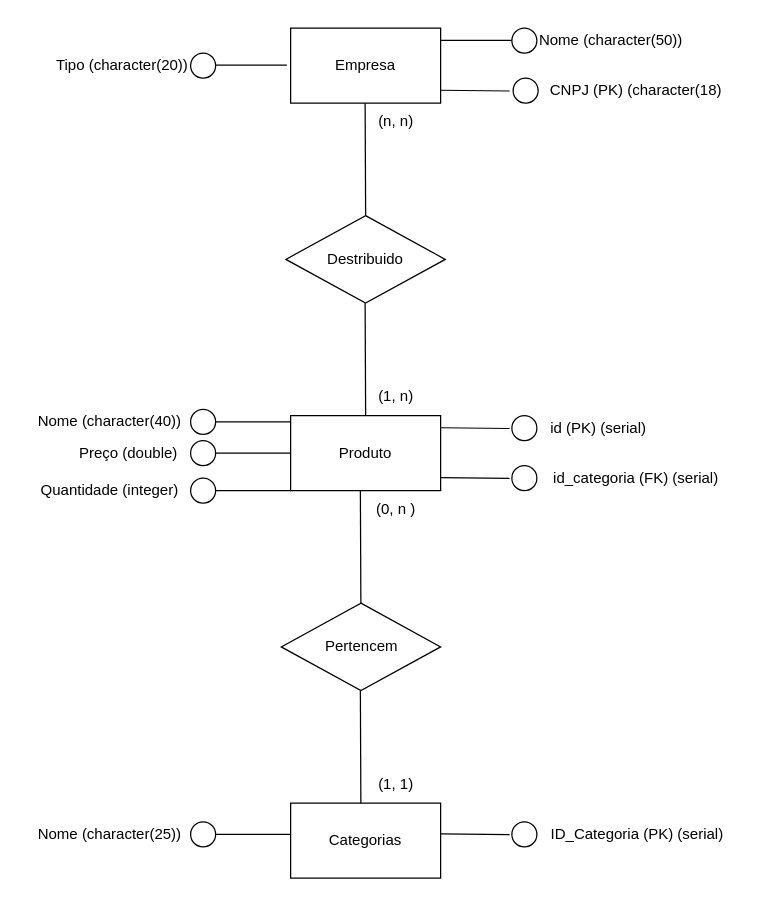
Earlier version of the draw.io diagram adega_der.drawio (BlueishCupcake/estacio-banco-de-dados). Source tidied: cells renumbered, new cells numbered last; positions are measured from the earlier drawing's top-left corner, leaving out a move shared by most shapes. Both pictures are drawn from the tidied source at 125%, with x=0, y=0 at pixel (21, 21).
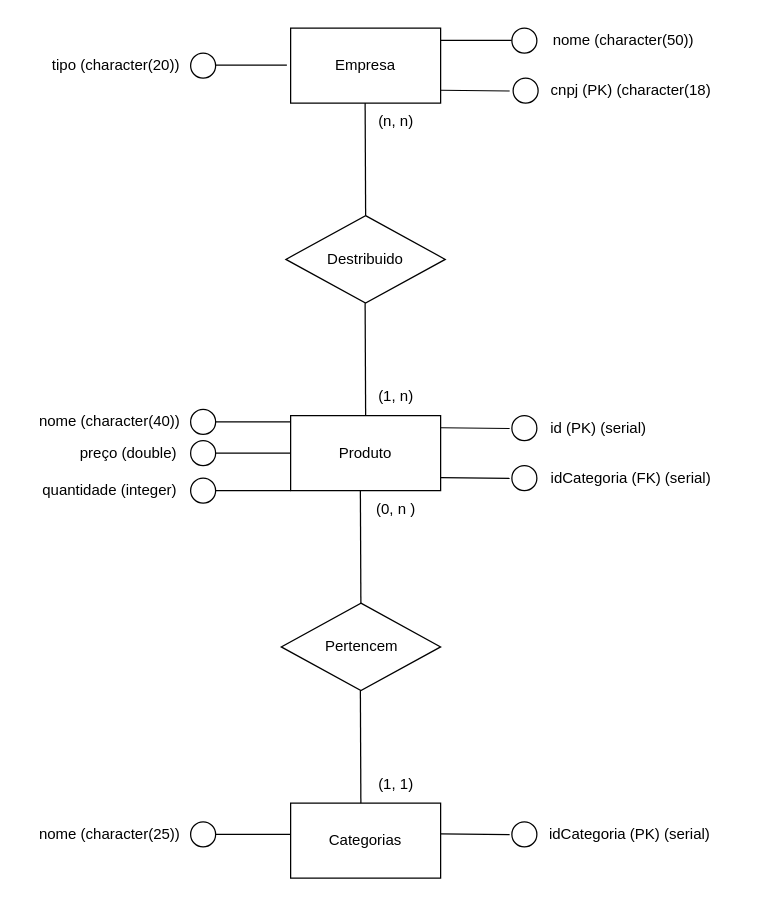
After the change.

The edit, as a diff of the source:
```diff
@@
-    <mxCell id="5" value="Nome (character(50))" style="text;html=1;align=center;verticalAlign=middle;strokeColor=none;fillColor=none;" parent="1" vertex="1">
-      <mxGeometry x="400.8" width="140" height="30" as="geometry" />
+    <mxCell id="5" value="nome (character(50))" style="text;html=1;align=center;verticalAlign=middle;strokeColor=none;fillColor=none;" parent="1" vertex="1">
+      <mxGeometry x="410.8" width="140" height="30" as="geometry" />
     </mxCell>
@@
-    <mxCell id="7" value="CNPJ (PK) (character(18)" style="text;html=1;align=center;verticalAlign=middle;strokeColor=none;fillColor=none;" parent="1" vertex="1">
-      <mxGeometry x="410.8" y="40" width="160" height="30" as="geometry" />
+    <mxCell id="7" value="cnpj (PK) (character(18)" style="text;html=1;align=center;verticalAlign=middle;strokeColor=none;fillColor=none;" parent="1" vertex="1">
+      <mxGeometry x="412" y="40" width="150" height="30" as="geometry" />
     </mxCell>
@@
-    <mxCell id="11" value="Tipo (character(20))" style="text;html=1;align=center;verticalAlign=middle;strokeColor=none;fillColor=none;" parent="1" vertex="1">
-      <mxGeometry x="15" y="20" width="130" height="30" as="geometry" />
+    <mxCell id="11" value="tipo (character(20))" style="text;html=1;align=center;verticalAlign=middle;strokeColor=none;fillColor=none;" parent="1" vertex="1">
+      <mxGeometry x="10" y="20" width="130" height="30" as="geometry" />
     </mxCell>
@@
-    <mxCell id="21" value="Nome (character(40))" style="text;html=1;align=center;verticalAlign=middle;strokeColor=none;fillColor=none;" parent="1" vertex="1">
+    <mxCell id="21" value="nome (character(40))" style="text;html=1;align=center;verticalAlign=middle;strokeColor=none;fillColor=none;" parent="1" vertex="1">
       <mxGeometry y="305" width="140" height="30" as="geometry" />
     </mxCell>
-    <mxCell id="22" value="id_categoria (FK) (serial)" style="text;html=1;align=center;verticalAlign=middle;strokeColor=none;fillColor=none;" parent="1" vertex="1">
-      <mxGeometry x="410.8" y="350" width="160" height="30" as="geometry" />
+    <mxCell id="22" value="idCategoria (FK) (serial)" style="text;html=1;align=center;verticalAlign=middle;strokeColor=none;fillColor=none;" parent="1" vertex="1">
+      <mxGeometry x="412" y="350" width="150" height="30" as="geometry" />
     </mxCell>
@@
-    <mxCell id="25" value="Preço (double)" style="text;html=1;align=center;verticalAlign=middle;strokeColor=none;fillColor=none;" parent="1" vertex="1">
+    <mxCell id="25" value="preço (double)" style="text;html=1;align=center;verticalAlign=middle;strokeColor=none;fillColor=none;" parent="1" vertex="1">
       <mxGeometry x="35" y="330" width="100" height="30" as="geometry" />
     </mxCell>
@@
-    <mxCell id="28" value="Quantidade (integer)" style="text;html=1;align=center;verticalAlign=middle;strokeColor=none;fillColor=none;" parent="1" vertex="1">
+    <mxCell id="28" value="quantidade (integer)" style="text;html=1;align=center;verticalAlign=middle;strokeColor=none;fillColor=none;" parent="1" vertex="1">
       <mxGeometry x="5" y="360" width="130" height="30" as="geometry" />
     </mxCell>
@@
-    <mxCell id="30" value="ID_Categoria (PK) (serial)" style="text;html=1;align=center;verticalAlign=middle;strokeColor=none;fillColor=none;" parent="1" vertex="1">
-      <mxGeometry x="412" y="635" width="160" height="30" as="geometry" />
+    <mxCell id="30" value="idCategoria (PK) (serial)" style="text;html=1;align=center;verticalAlign=middle;strokeColor=none;fillColor=none;" parent="1" vertex="1">
+      <mxGeometry x="410.8" y="635" width="150" height="30" as="geometry" />
     </mxCell>
@@
-    <mxCell id="40" value="Nome (character(25))" style="text;html=1;align=center;verticalAlign=middle;strokeColor=none;fillColor=none;" parent="1" vertex="1">
+    <mxCell id="40" value="nome (character(25))" style="text;html=1;align=center;verticalAlign=middle;strokeColor=none;fillColor=none;" parent="1" vertex="1">
       <mxGeometry y="635" width="140" height="30" as="geometry" />
     </mxCell>
```
